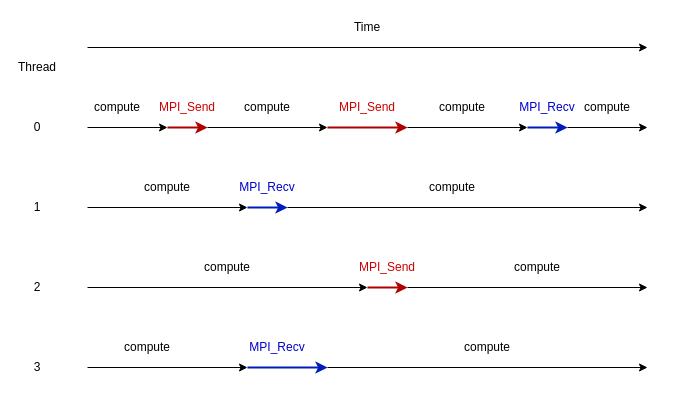
The draw.io diagram content/diagrams/MPI_THREAD_SERIALIZED.drawio in ENCCS/intermediate-mpi, before the edit. Source tidied: cells renumbered, new cells numbered last; positions are measured from the earlier drawing's top-left corner, leaving out a move shared by most shapes. Both pictures are drawn from the tidied source at 100%, with x=0, y=0 at pixel (17, 17).
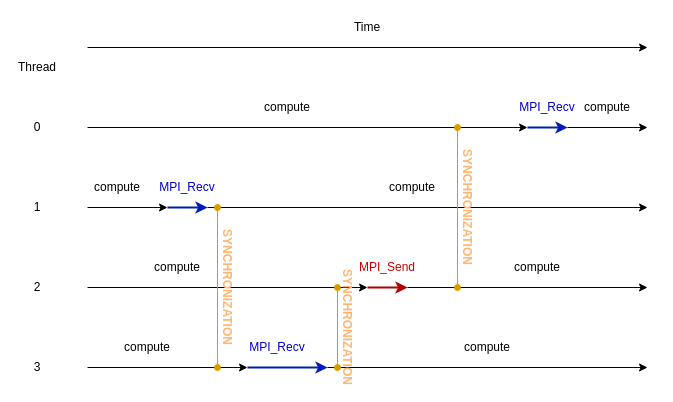
Above is the later version.

Change to the diagram source:
```diff
@@
+    <mxCell id="41" style="endArrow=classic;html=1;" parent="1" edge="1">
+      <mxGeometry relative="1" as="geometry">
+        <mxPoint x="70" y="270" as="sourcePoint" />
+        <mxPoint x="350" y="270" as="targetPoint" />
+      </mxGeometry>
+    </mxCell>
@@
-    <mxCell id="9" style="endArrow=classic;html=1;" parent="1" edge="1">
-      <mxGeometry relative="1" as="geometry">
-        <mxPoint x="70" y="110" as="sourcePoint" />
-        <mxPoint x="150" y="110" as="targetPoint" />
-      </mxGeometry>
-    </mxCell>
-    <mxCell id="10" style="endArrow=classic;html=1;fillColor=#e51400;strokeColor=#B20000;strokeWidth=2;" parent="1" edge="1">
-      <mxGeometry relative="1" as="geometry">
-        <mxPoint x="150" y="110" as="sourcePoint" />
-        <mxPoint x="190" y="110" as="targetPoint" />
-      </mxGeometry>
-    </mxCell>
-    <mxCell id="11" style="endArrow=classic;html=1;" parent="1" edge="1">
-      <mxGeometry relative="1" as="geometry">
-        <mxPoint x="190" y="110" as="sourcePoint" />
-        <mxPoint x="310" y="110" as="targetPoint" />
-      </mxGeometry>
-    </mxCell>
-    <mxCell id="12" style="endArrow=classic;html=1;fillColor=#e51400;strokeColor=#B20000;strokeWidth=2;" parent="1" edge="1">
-      <mxGeometry relative="1" as="geometry">
-        <mxPoint x="310" y="110" as="sourcePoint" />
-        <mxPoint x="390" y="110" as="targetPoint" />
-      </mxGeometry>
-    </mxCell>
     <mxCell id="13" style="endArrow=classic;html=1;" parent="1" edge="1">
       <mxGeometry relative="1" as="geometry">
-        <mxPoint x="390" y="110" as="sourcePoint" />
+        <mxPoint x="70" y="110" as="sourcePoint" />
         <mxPoint x="510" y="110" as="targetPoint" />
       </mxGeometry>
     </mxCell>
     <mxCell id="14" style="endArrow=classic;html=1;" parent="1" edge="1">
       <mxGeometry relative="1" as="geometry">
         <mxPoint x="70" y="190" as="sourcePoint" />
-        <mxPoint x="230" y="190" as="targetPoint" />
+        <mxPoint x="150" y="190" as="targetPoint" />
       </mxGeometry>
     </mxCell>
     <mxCell id="15" style="endArrow=classic;html=1;fillColor=#0050ef;strokeColor=#001DBC;strokeWidth=2;" parent="1" edge="1">
       <mxGeometry relative="1" as="geometry">
-        <mxPoint x="230" y="190" as="sourcePoint" />
-        <mxPoint x="270" y="190" as="targetPoint" />
+        <mxPoint x="150" y="190" as="sourcePoint" />
+        <mxPoint x="190" y="190" as="targetPoint" />
       </mxGeometry>
     </mxCell>
     <mxCell id="16" style="endArrow=classic;html=1;" parent="1" edge="1">
       <mxGeometry relative="1" as="geometry">
-        <mxPoint x="270" y="190" as="sourcePoint" />
+        <mxPoint x="190" y="190" as="sourcePoint" />
         <mxPoint x="630" y="190" as="targetPoint" />
       </mxGeometry>
     </mxCell>
@@
-    <mxCell id="19" style="endArrow=classic;html=1;" parent="1" edge="1">
-      <mxGeometry relative="1" as="geometry">
-        <mxPoint x="70" y="270" as="sourcePoint" />
-        <mxPoint x="350" y="270" as="targetPoint" />
-      </mxGeometry>
-    </mxCell>
@@
-    <mxCell id="25" value="MPI_Send" style="text;html=1;strokeColor=none;fillColor=none;align=center;verticalAlign=middle;whiteSpace=wrap;rounded=0;fontColor=#CC0000;" parent="1" vertex="1">
-      <mxGeometry x="150" y="80" width="40" height="20" as="geometry" />
-    </mxCell>
-    <mxCell id="26" value="MPI_Send" style="text;html=1;strokeColor=none;fillColor=none;align=center;verticalAlign=middle;whiteSpace=wrap;rounded=0;fontColor=#CC0000;" parent="1" vertex="1">
-      <mxGeometry x="330" y="80" width="40" height="20" as="geometry" />
-    </mxCell>
@@
     <mxCell id="29" value="MPI_Recv" style="text;html=1;strokeColor=none;fillColor=none;align=center;verticalAlign=middle;whiteSpace=wrap;rounded=0;fontColor=#0000CC;" parent="1" vertex="1">
-      <mxGeometry x="230" y="160" width="40" height="20" as="geometry" />
+      <mxGeometry x="150" y="160" width="40" height="20" as="geometry" />
     </mxCell>
@@
     <mxCell id="34" value="compute" style="text;html=1;strokeColor=none;fillColor=none;align=center;verticalAlign=middle;whiteSpace=wrap;rounded=0;" parent="1" vertex="1">
-      <mxGeometry x="190" y="240" width="40" height="20" as="geometry" />
+      <mxGeometry x="140" y="240" width="40" height="20" as="geometry" />
     </mxCell>
     <mxCell id="35" value="compute" style="text;html=1;strokeColor=none;fillColor=none;align=center;verticalAlign=middle;whiteSpace=wrap;rounded=0;" parent="1" vertex="1">
-      <mxGeometry x="130" y="160" width="40" height="20" as="geometry" />
+      <mxGeometry x="80" y="160" width="40" height="20" as="geometry" />
     </mxCell>
     <mxCell id="36" value="compute" style="text;html=1;strokeColor=none;fillColor=none;align=center;verticalAlign=middle;whiteSpace=wrap;rounded=0;" parent="1" vertex="1">
-      <mxGeometry x="415" y="160" width="40" height="20" as="geometry" />
+      <mxGeometry x="375" y="160" width="40" height="20" as="geometry" />
     </mxCell>
     <mxCell id="37" value="compute" style="text;html=1;strokeColor=none;fillColor=none;align=center;verticalAlign=middle;whiteSpace=wrap;rounded=0;" parent="1" vertex="1">
-      <mxGeometry x="425" y="80" width="40" height="20" as="geometry" />
+      <mxGeometry x="250" y="80" width="40" height="20" as="geometry" />
     </mxCell>
@@
-    <mxCell id="39" value="compute" style="text;html=1;strokeColor=none;fillColor=none;align=center;verticalAlign=middle;whiteSpace=wrap;rounded=0;" parent="1" vertex="1">
-      <mxGeometry x="230" y="80" width="40" height="20" as="geometry" />
-    </mxCell>
-    <mxCell id="40" value="compute" style="text;html=1;strokeColor=none;fillColor=none;align=center;verticalAlign=middle;whiteSpace=wrap;rounded=0;" parent="1" vertex="1">
-      <mxGeometry x="80" y="80" width="40" height="20" as="geometry" />
-    </mxCell>
+    <mxCell id="42" style="endArrow=oval;html=1;fontColor=#FFB570;fillColor=#ffe6cc;strokeColor=#d79b00;startArrow=oval;startFill=1;endFill=1;" parent="1" edge="1">
+      <mxGeometry relative="1" as="geometry">
+        <mxPoint x="200" y="350" as="sourcePoint" />
+        <mxPoint x="200" y="190" as="targetPoint" />
+      </mxGeometry>
+    </mxCell>
+    <mxCell id="43" value="SYNCHRONIZATION" style="text;html=1;strokeColor=none;fillColor=none;align=center;verticalAlign=middle;whiteSpace=wrap;rounded=0;fontStyle=1;fontColor=#FFB570;direction=west;rotation=90;" parent="1" vertex="1">
+      <mxGeometry x="190" y="260" width="40" height="20" as="geometry" />
+    </mxCell>
+    <mxCell id="44" style="endArrow=oval;html=1;fontColor=#FFB570;fillColor=#ffe6cc;strokeColor=#d79b00;startArrow=oval;startFill=1;endFill=1;" parent="1" edge="1">
+      <mxGeometry relative="1" as="geometry">
+        <mxPoint x="320" y="350" as="sourcePoint" />
+        <mxPoint x="320" y="270" as="targetPoint" />
+      </mxGeometry>
+    </mxCell>
+    <mxCell id="45" value="SYNCHRONIZATION" style="text;html=1;strokeColor=none;fillColor=none;align=center;verticalAlign=middle;whiteSpace=wrap;rounded=0;fontStyle=1;fontColor=#FFB570;direction=west;rotation=90;" parent="1" vertex="1">
+      <mxGeometry x="310" y="300" width="40" height="20" as="geometry" />
+    </mxCell>
+    <mxCell id="46" style="endArrow=oval;html=1;fontColor=#FFB570;fillColor=#ffe6cc;strokeColor=#d79b00;startArrow=oval;startFill=1;endFill=1;" parent="1" edge="1">
+      <mxGeometry relative="1" as="geometry">
+        <mxPoint x="440" y="270" as="sourcePoint" />
+        <mxPoint x="440" y="110" as="targetPoint" />
+      </mxGeometry>
+    </mxCell>
+    <mxCell id="47" value="SYNCHRONIZATION" style="text;html=1;strokeColor=none;fillColor=none;align=center;verticalAlign=middle;whiteSpace=wrap;rounded=0;fontStyle=1;fontColor=#FFB570;direction=west;rotation=90;" parent="1" vertex="1">
+      <mxGeometry x="430" y="180" width="40" height="20" as="geometry" />
+    </mxCell>
```
